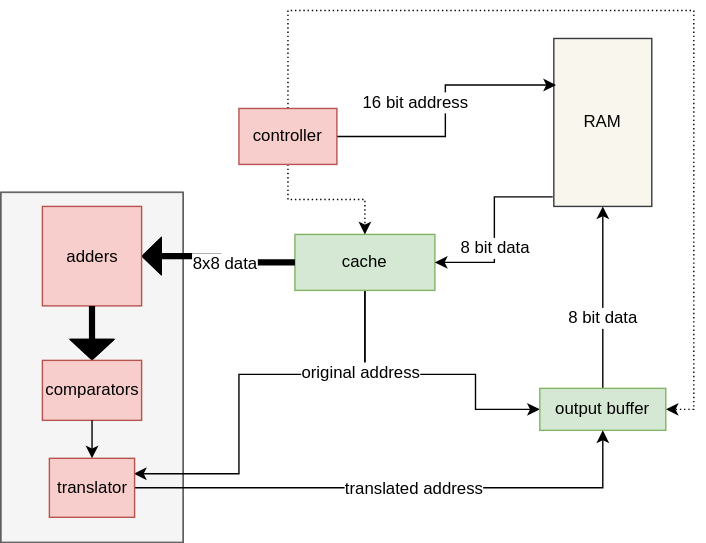
Before: diagramma.svg, a diagram exported from draw.io (luigifusco/luigifusco.github.io). Source tidied: cells renumbered, new cells last; positions are measured from the earlier drawing's top-left corner, leaving out a move shared by most shapes.
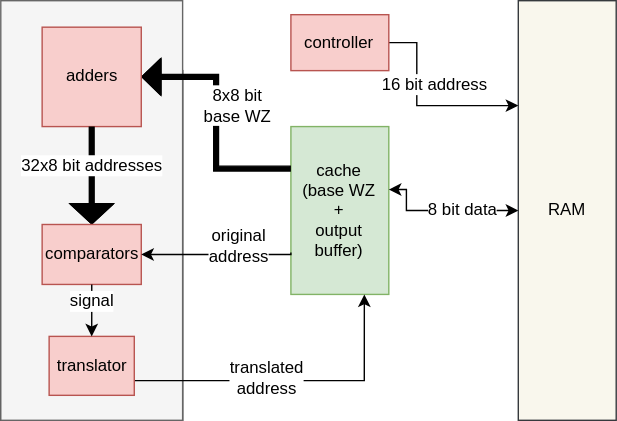
The same diagram one commit later.

Change to the diagram source:
```diff
@@ -6,105 +6,73 @@
       <mxGeometry y="130" width="130" height="250" as="geometry" />
     </mxCell>
     <mxCell id="3" style="group;fillColor=#f5f5f5;strokeColor=#666666;fontColor=#333333;" parent="1" vertex="1">
-      <mxGeometry y="130" width="130" height="250" as="geometry" />
+      <mxGeometry y="80" width="130" height="300" as="geometry" />
     </mxCell>
-    <mxCell id="4" style="edgeStyle=orthogonalEdgeStyle;rounded=0;comic=0;jettySize=auto;html=1;shadow=0;endArrow=classic;endFill=1;" parent="1" edge="1" source="8">
-      <mxGeometry relative="1" as="geometry">
-        <mxPoint x="95" y="331" as="targetPoint" />
-        <Array as="points">
-          <mxPoint x="260" y="260" />
-          <mxPoint x="170" y="260" />
-          <mxPoint x="170" y="331" />
-        </Array>
-      </mxGeometry>
-    </mxCell>
     <mxCell id="5" value="RAM" style="rounded=0;whiteSpace=wrap;html=1;fillColor=#f9f7ed;strokeColor=#36393d;" parent="1" vertex="1">
-      <mxGeometry x="395" y="20" width="70" height="120" as="geometry" />
+      <mxGeometry x="370" y="80" width="70" height="300" as="geometry" />
     </mxCell>
-    <mxCell id="6" style="edgeStyle=orthogonalEdgeStyle;rounded=0;jettySize=auto;html=1;entryX=0;entryY=0.5;entryDx=0;entryDy=0;shadow=0;comic=0;" parent="1" edge="1" source="8" target="18">
-      <mxGeometry relative="1" as="geometry">
-        <Array as="points">
-          <mxPoint x="260" y="260" />
-          <mxPoint x="339" y="260" />
-          <mxPoint x="339" y="285" />
-        </Array>
-      </mxGeometry>
-    </mxCell>
-    <mxCell id="7" value="original address" style="text;html=1;align=center;verticalAlign=middle;labelBackgroundColor=#ffffff;" parent="6" vertex="1">
-      <mxGeometry x="-0.25" y="1" relative="1" as="geometry">
-        <mxPoint x="-22.3" as="offset" />
-      </mxGeometry>
-    </mxCell>
-    <mxCell id="8" value="cache" style="rounded=0;whiteSpace=wrap;html=1;fillColor=#d5e8d4;strokeColor=#82b366;" parent="1" vertex="1">
-      <mxGeometry x="210" y="160" width="100" height="40" as="geometry" />
+    <mxCell id="8" value="cache&lt;br&gt;(base WZ&lt;br&gt;+&lt;br&gt;output buffer)" style="rounded=0;whiteSpace=wrap;html=1;fillColor=#d5e8d4;strokeColor=#82b366;" parent="1" vertex="1">
+      <mxGeometry x="207.4" y="170" width="70" height="120" as="geometry" />
     </mxCell>
-    <mxCell id="9" style="endArrow=classic;html=1;entryX=1;entryY=0.5;entryDx=0;entryDy=0;exitX=-0.011;exitY=0.943;exitDx=0;exitDy=0;exitPerimeter=0;edgeStyle=orthogonalEdgeStyle;rounded=0;" parent="1" edge="1" source="5" target="8">
-      <mxGeometry relative="1" as="geometry" />
+    <mxCell id="9" style="endArrow=classic;html=1;edgeStyle=orthogonalEdgeStyle;rounded=0;startArrow=classic;startFill=1;exitX=0;exitY=0.5;exitDx=0;exitDy=0;" parent="1" edge="1" source="5">
+      <mxGeometry relative="1" as="geometry">
+        <mxPoint x="277.4" y="215" as="targetPoint" />
+        <Array as="points">
+          <mxPoint x="290" y="230" />
+          <mxPoint x="290" y="215" />
+        </Array>
+      </mxGeometry>
     </mxCell>
     <mxCell id="10" value="8 bit data" style="text;html=1;align=center;verticalAlign=middle;labelBackgroundColor=#ffffff;" parent="9" vertex="1">
-      <mxGeometry x="0.2" relative="1" as="geometry" />
+      <mxGeometry x="0.2" relative="1" as="geometry">
+        <mxPoint x="24" as="offset" />
+      </mxGeometry>
     </mxCell>
-    <mxCell id="11" style="edgeStyle=orthogonalEdgeStyle;rounded=0;jettySize=auto;html=1;entryX=0.022;entryY=0.277;entryDx=0;entryDy=0;entryPerimeter=0;" parent="1" edge="1" source="15" target="5">
-      <mxGeometry relative="1" as="geometry" />
+    <mxCell id="11" style="edgeStyle=orthogonalEdgeStyle;rounded=0;jettySize=auto;html=1;entryX=0;entryY=0.25;entryDx=0;entryDy=0;exitX=1;exitY=0.5;exitDx=0;exitDy=0;" parent="1" edge="1" source="15" target="5">
+      <mxGeometry relative="1" as="geometry">
+        <Array as="points">
+          <mxPoint x="297.4" y="110" />
+          <mxPoint x="297.4" y="155" />
+        </Array>
+      </mxGeometry>
     </mxCell>
     <mxCell id="12" value="16 bit address" style="text;html=1;align=center;verticalAlign=middle;labelBackgroundColor=#ffffff;" parent="11" vertex="1">
       <mxGeometry x="0.06" relative="1" as="geometry">
-        <mxPoint x="-22.2" y="1.2" as="offset" />
+        <mxPoint x="4.5" y="-15" as="offset" />
       </mxGeometry>
     </mxCell>
-    <mxCell id="13" style="edgeStyle=orthogonalEdgeStyle;rounded=0;comic=0;jettySize=auto;html=1;entryX=0.5;entryY=0;entryDx=0;entryDy=0;shadow=0;endArrow=classic;endFill=1;fillColor=#000000;dashed=1;dashPattern=1 2;" parent="1" edge="1" source="15" target="8">
-      <mxGeometry relative="1" as="geometry" />
-    </mxCell>
-    <mxCell id="14" style="edgeStyle=orthogonalEdgeStyle;rounded=0;comic=0;jettySize=auto;html=1;entryX=1;entryY=0.5;entryDx=0;entryDy=0;shadow=0;dashed=1;dashPattern=1 2;endArrow=classic;endFill=1;fillColor=#000000;" parent="1" edge="1" source="15" target="18">
-      <mxGeometry relative="1" as="geometry">
-        <Array as="points">
-          <mxPoint x="205" />
-          <mxPoint x="495" />
-          <mxPoint x="495" y="285" />
-        </Array>
-      </mxGeometry>
-    </mxCell>
     <mxCell id="15" value="controller" style="rounded=0;whiteSpace=wrap;html=1;fillColor=#f8cecc;strokeColor=#b85450;" parent="1" vertex="1">
-      <mxGeometry x="170" y="70" width="70" height="40" as="geometry" />
+      <mxGeometry x="207.4" y="90" width="70" height="40" as="geometry" />
     </mxCell>
-    <mxCell id="16" style="edgeStyle=orthogonalEdgeStyle;rounded=0;jettySize=auto;html=1;entryX=0.5;entryY=1;entryDx=0;entryDy=0;exitX=0.5;exitY=0;exitDx=0;exitDy=0;" parent="1" edge="1" source="18" target="5">
-      <mxGeometry relative="1" as="geometry">
-        <Array as="points">
-          <mxPoint x="430" y="210" />
-          <mxPoint x="430" y="210" />
-        </Array>
-      </mxGeometry>
-    </mxCell>
-    <mxCell id="17" value="8 bit data" style="text;html=1;align=center;verticalAlign=middle;labelBackgroundColor=#ffffff;" parent="16" vertex="1">
-      <mxGeometry x="-0.3" y="28" relative="1" as="geometry">
-        <mxPoint x="28" y="-4.9" as="offset" />
-      </mxGeometry>
-    </mxCell>
-    <mxCell id="18" value="output buffer" style="rounded=0;whiteSpace=wrap;html=1;fillColor=#d5e8d4;strokeColor=#82b366;" parent="1" vertex="1">
-      <mxGeometry x="385" y="270" width="90" height="30" as="geometry" />
-    </mxCell>
-    <mxCell id="19" style="edgeStyle=orthogonalEdgeStyle;shape=flexArrow;rounded=0;jettySize=auto;html=1;fillColor=#000000;endWidth=21.714285714285715;endSize=4.177142857142857;width=3.4285714285714284;" parent="1" edge="1" source="8" target="23">
+    <mxCell id="19" style="edgeStyle=orthogonalEdgeStyle;shape=flexArrow;rounded=0;jettySize=auto;html=1;fillColor=#000000;endWidth=21.714285714285715;endSize=4.177142857142857;width=3.4285714285714284;exitX=0;exitY=0.25;exitDx=0;exitDy=0;" parent="1" edge="1" source="8" target="23">
       <mxGeometry relative="1" as="geometry" />
     </mxCell>
-    <mxCell id="20" value="8x8 data" style="text;html=1;align=center;verticalAlign=middle;labelBackgroundColor=#ffffff;" parent="19" vertex="1">
+    <mxCell id="20" value="8x8 bit&lt;br&gt;base WZ" style="text;html=1;align=center;verticalAlign=middle;labelBackgroundColor=#ffffff;" parent="19" vertex="1">
       <mxGeometry x="0.22" y="-1" relative="1" as="geometry">
         <mxPoint x="14.2" y="6.5" as="offset" />
       </mxGeometry>
     </mxCell>
-    <mxCell id="21" style="edgeStyle=orthogonalEdgeStyle;rounded=0;comic=0;jettySize=auto;html=1;entryX=0.5;entryY=1;entryDx=0;entryDy=0;shadow=0;endArrow=classic;endFill=1;" parent="1" edge="1" source="26" target="18">
+    <mxCell id="21" style="edgeStyle=orthogonalEdgeStyle;rounded=0;comic=0;jettySize=auto;html=1;entryX=0.75;entryY=1;entryDx=0;entryDy=0;shadow=0;endArrow=classic;endFill=1;exitX=1;exitY=0.75;exitDx=0;exitDy=0;" parent="1" edge="1" source="26" target="8">
       <mxGeometry relative="1" as="geometry" />
     </mxCell>
-    <mxCell id="22" value="translated address" style="text;html=1;align=center;verticalAlign=middle;labelBackgroundColor=#ffffff;" parent="21" vertex="1">
-      <mxGeometry x="0.06" y="-1" relative="1" as="geometry" />
+    <mxCell id="22" value="translated&lt;br&gt;address" style="text;html=1;align=center;verticalAlign=middle;labelBackgroundColor=#ffffff;" parent="21" vertex="1">
+      <mxGeometry x="0.06" y="-1" relative="1" as="geometry">
+        <mxPoint x="-24.9" y="-2.6" as="offset" />
+      </mxGeometry>
     </mxCell>
     <mxCell id="23" value="adders" style="rounded=0;whiteSpace=wrap;html=1;fillColor=#f8cecc;strokeColor=#b85450;" parent="1" vertex="1">
-      <mxGeometry x="29.6" y="140" width="70.9" height="71.1" as="geometry" />
+      <mxGeometry x="29.6" y="98.9" width="70.9" height="71.1" as="geometry" />
     </mxCell>
     <mxCell id="24" style="edgeStyle=orthogonalEdgeStyle;shape=flexArrow;rounded=0;jettySize=auto;html=1;endArrow=block;endFill=0;exitX=0.5;exitY=1;exitDx=0;exitDy=0;fillColor=#000000;width=3.4285714285714284;endSize=4.457142857142857;endWidth=26.612244897959183;" parent="1" edge="1" source="23" target="25">
       <mxGeometry relative="1" as="geometry" />
     </mxCell>
+    <mxCell id="28" value="32x8 bit addresses" style="text;html=1;align=center;verticalAlign=middle;labelBackgroundColor=#ffffff;" parent="24" vertex="1">
+      <mxGeometry x="0.25" y="-8" relative="1" as="geometry">
+        <mxPoint x="8" y="-15.6" as="offset" />
+      </mxGeometry>
+    </mxCell>
     <mxCell id="25" value="comparators" style="rounded=0;whiteSpace=wrap;html=1;fillColor=#f8cecc;strokeColor=#b85450;" parent="1" vertex="1">
-      <mxGeometry x="29.6" y="250" width="70.9" height="42.9" as="geometry" />
+      <mxGeometry x="29.6" y="240" width="70.9" height="42.9" as="geometry" />
     </mxCell>
     <mxCell id="26" value="translator" style="rounded=0;whiteSpace=wrap;html=1;fillColor=#f8cecc;strokeColor=#b85450;" parent="1" vertex="1">
       <mxGeometry x="34.6" y="320" width="60.9" height="42.1" as="geometry" />
@@ -112,5 +80,22 @@
     <mxCell id="27" style="edgeStyle=orthogonalEdgeStyle;rounded=0;jettySize=auto;html=1;entryX=0.5;entryY=0;entryDx=0;entryDy=0;endArrow=classic;endFill=1;" parent="1" edge="1" source="25" target="26">
       <mxGeometry relative="1" as="geometry" />
     </mxCell>
+    <mxCell id="29" value="signal" style="text;html=1;align=center;verticalAlign=middle;labelBackgroundColor=#ffffff;" parent="27" vertex="1">
+      <mxGeometry y="-8" relative="1" as="geometry">
+        <mxPoint x="8" y="-7" as="offset" />
+      </mxGeometry>
+    </mxCell>
+    <mxCell id="30" style="endArrow=classic;html=1;exitX=0;exitY=0.75;exitDx=0;exitDy=0;entryX=1;entryY=0.5;entryDx=0;entryDy=0;edgeStyle=orthogonalEdgeStyle;rounded=0;" parent="1" edge="1" source="8" target="25">
+      <mxGeometry relative="1" as="geometry">
+        <Array as="points">
+          <mxPoint x="207" y="261" />
+        </Array>
+      </mxGeometry>
+    </mxCell>
+    <mxCell id="7" value="original&lt;br&gt;address" style="text;html=1;align=center;verticalAlign=middle;labelBackgroundColor=#ffffff;" parent="30" vertex="1">
+      <mxGeometry x="0.31" y="-1" relative="1" as="geometry">
+        <mxPoint x="32.6" y="-5.4" as="offset" />
+      </mxGeometry>
+    </mxCell>
   </root>
 </mxGraphModel>
```
